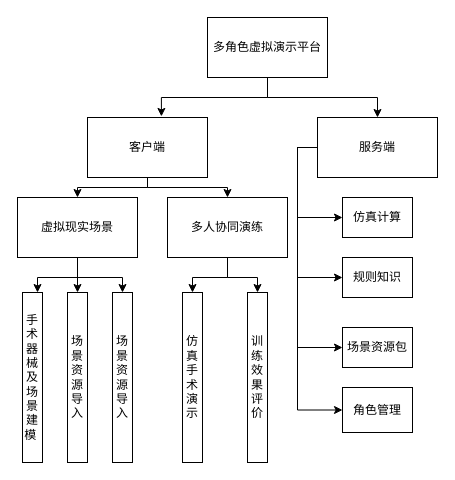
Before: 未命名绘图.drawio in UNANSWANG/Draw.io--, a draw.io diagram. Source tidied: cells renumbered, new cells numbered last; positions are measured from the earlier drawing's top-left corner, leaving out a move shared by most shapes. Both pictures are drawn from the tidied source at 100%, with x=0, y=0 at pixel (-53, 17).
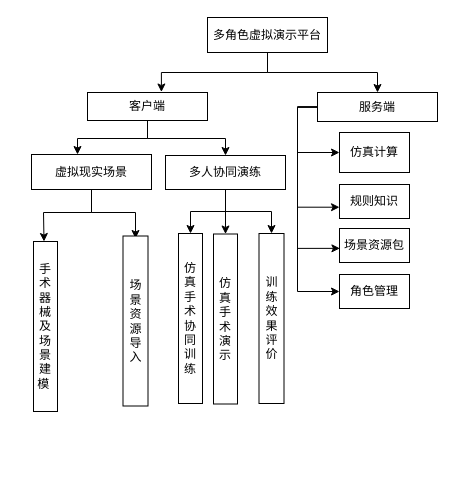
The same diagram, later.

Commit message:
VR协同流程图

Change to the diagram source:
```diff
@@
     <mxCell id="4" value="多角色虚拟演示平台" style="rounded=0;whiteSpace=wrap;html=1;" parent="1" vertex="1">
-      <mxGeometry x="260" width="120" height="60" as="geometry" />
+      <mxGeometry x="260" width="120" height="35" as="geometry" />
     </mxCell>
     <mxCell id="5" style="edgeStyle=orthogonalEdgeStyle;rounded=0;jettySize=auto;html=1;" parent="1" edge="1" source="7" target="19">
       <mxGeometry relative="1" as="geometry">
         <Array as="points">
-          <mxPoint x="200" y="170" />
-          <mxPoint x="280" y="170" />
+          <mxPoint x="200" y="121" />
+          <mxPoint x="278" y="121" />
         </Array>
       </mxGeometry>
     </mxCell>
     <mxCell id="6" style="edgeStyle=orthogonalEdgeStyle;rounded=0;jettySize=auto;html=1;" parent="1" edge="1" source="7" target="23">
       <mxGeometry relative="1" as="geometry">
         <Array as="points">
-          <mxPoint x="200" y="170" />
-          <mxPoint x="130" y="170" />
+          <mxPoint x="200" y="121" />
+          <mxPoint x="130" y="121" />
         </Array>
       </mxGeometry>
     </mxCell>
     <mxCell id="7" value="客户端" style="rounded=0;whiteSpace=wrap;html=1;" parent="1" vertex="1">
-      <mxGeometry x="140" y="100" width="120" height="60" as="geometry" />
+      <mxGeometry x="140" y="75" width="120" height="28" as="geometry" />
     </mxCell>
@@
-    <mxCell id="9" style="edgeStyle=orthogonalEdgeStyle;rounded=0;jettySize=auto;html=1;entryX=0;entryY=0.5;entryDx=0;entryDy=0;" parent="1" edge="1" source="12" target="15">
+    <mxCell id="9" style="edgeStyle=orthogonalEdgeStyle;rounded=0;jettySize=auto;html=1;entryX=0;entryY=0.668;entryDx=0;entryDy=0;entryPerimeter=0;" parent="1" edge="1" source="12" target="15">
       <mxGeometry relative="1" as="geometry">
         <Array as="points">
-          <mxPoint x="350" y="130" />
-          <mxPoint x="350" y="260" />
+          <mxPoint x="350" y="90" />
+          <mxPoint x="350" y="190" />
+          <mxPoint x="392" y="190" />
         </Array>
       </mxGeometry>
     </mxCell>
-    <mxCell id="10" style="edgeStyle=orthogonalEdgeStyle;rounded=0;jettySize=auto;html=1;entryX=0;entryY=0.5;entryDx=0;entryDy=0;" parent="1" edge="1" source="12" target="16">
+    <mxCell id="10" style="edgeStyle=orthogonalEdgeStyle;rounded=0;jettySize=auto;html=1;entryX=0.006;entryY=0.584;entryDx=0;entryDy=0;entryPerimeter=0;" parent="1" edge="1" source="12" target="16">
       <mxGeometry relative="1" as="geometry">
         <Array as="points">
-          <mxPoint x="350" y="130" />
-          <mxPoint x="350" y="330" />
+          <mxPoint x="350" y="90" />
+          <mxPoint x="350" y="231" />
         </Array>
       </mxGeometry>
     </mxCell>
     <mxCell id="11" style="edgeStyle=orthogonalEdgeStyle;rounded=0;jettySize=auto;html=1;entryX=0;entryY=0.5;entryDx=0;entryDy=0;" parent="1" edge="1" source="12" target="13">
       <mxGeometry relative="1" as="geometry">
         <Array as="points">
-          <mxPoint x="350" y="130" />
-          <mxPoint x="350" y="393" />
+          <mxPoint x="350" y="90" />
+          <mxPoint x="350" y="274" />
         </Array>
       </mxGeometry>
     </mxCell>
     <mxCell id="12" value="服务端" style="rounded=0;whiteSpace=wrap;html=1;" parent="1" vertex="1">
-      <mxGeometry x="370" y="100" width="120" height="60" as="geometry" />
+      <mxGeometry x="370" y="75" width="120" height="29" as="geometry" />
     </mxCell>
     <mxCell id="13" value="角色管理" style="rounded=0;whiteSpace=wrap;html=1;" parent="1" vertex="1">
-      <mxGeometry x="395" y="370" width="70" height="45" as="geometry" />
+      <mxGeometry x="392" y="257" width="70" height="34" as="geometry" />
     </mxCell>
     <mxCell id="14" value="仿真计算" style="rounded=0;whiteSpace=wrap;html=1;" parent="1" vertex="1">
-      <mxGeometry x="395" y="180" width="70" height="40" as="geometry" />
+      <mxGeometry x="392" y="115" width="70" height="40" as="geometry" />
     </mxCell>
     <mxCell id="15" value="规则知识" style="rounded=0;whiteSpace=wrap;html=1;" parent="1" vertex="1">
-      <mxGeometry x="395" y="240" width="70" height="40" as="geometry" />
+      <mxGeometry x="392" y="167" width="70" height="34" as="geometry" />
     </mxCell>
     <mxCell id="16" value="场景资源包" style="rounded=0;whiteSpace=wrap;html=1;" parent="1" vertex="1">
-      <mxGeometry x="395" y="310" width="70" height="40" as="geometry" />
+      <mxGeometry x="392" y="211" width="70" height="34" as="geometry" />
     </mxCell>
+    <mxCell id="29" style="edgeStyle=orthogonalEdgeStyle;rounded=0;jettySize=auto;html=1;entryX=0;entryY=0.5;entryDx=0;entryDy=0;" parent="1" edge="1" source="19" target="27">
+      <mxGeometry relative="1" as="geometry" />
+    </mxCell>
@@
-    <mxCell id="18" style="edgeStyle=orthogonalEdgeStyle;rounded=0;jettySize=auto;html=1;entryX=0;entryY=0.5;entryDx=0;entryDy=0;" parent="1" edge="1" source="19" target="28">
+    <mxCell id="18" style="edgeStyle=orthogonalEdgeStyle;rounded=0;jettySize=auto;html=1;" parent="1" edge="1" source="19" target="28">
       <mxGeometry relative="1" as="geometry" />
     </mxCell>
     <mxCell id="19" value="多人协同演练" style="rounded=0;whiteSpace=wrap;html=1;" parent="1" vertex="1">
-      <mxGeometry x="220" y="180" width="120" height="60" as="geometry" />
+      <mxGeometry x="218" y="138" width="120" height="34" as="geometry" />
     </mxCell>
-    <mxCell id="20" style="edgeStyle=orthogonalEdgeStyle;rounded=0;jettySize=auto;html=1;entryX=0;entryY=0.5;entryDx=0;entryDy=0;" parent="1" edge="1" source="23" target="25">
-      <mxGeometry relative="1" as="geometry" />
+    <mxCell id="20" style="edgeStyle=orthogonalEdgeStyle;rounded=0;jettySize=auto;html=1;" parent="1" edge="1" source="23">
+      <mxGeometry relative="1" as="geometry">
+        <mxPoint x="188" y="221" as="targetPoint" />
+        <Array as="points">
+          <mxPoint x="144" y="195" />
+          <mxPoint x="188" y="195" />
+        </Array>
+      </mxGeometry>
     </mxCell>
-    <mxCell id="21" style="edgeStyle=orthogonalEdgeStyle;rounded=0;jettySize=auto;html=1;entryX=0;entryY=0.5;entryDx=0;entryDy=0;" parent="1" edge="1" source="23" target="27">
-      <mxGeometry relative="1" as="geometry" />
-    </mxCell>
-    <mxCell id="22" style="edgeStyle=orthogonalEdgeStyle;rounded=0;jettySize=auto;html=1;entryX=0;entryY=0.25;entryDx=0;entryDy=0;" parent="1" edge="1" source="23" target="24">
-      <mxGeometry relative="1" as="geometry" />
+    <mxCell id="22" style="edgeStyle=orthogonalEdgeStyle;rounded=0;jettySize=auto;html=1;" parent="1" edge="1" source="23" target="24">
+      <mxGeometry relative="1" as="geometry">
+        <Array as="points">
+          <mxPoint x="144" y="195" />
+          <mxPoint x="96" y="195" />
+        </Array>
+      </mxGeometry>
     </mxCell>
     <mxCell id="23" value="虚拟现实场景" style="rounded=0;whiteSpace=wrap;html=1;" parent="1" vertex="1">
-      <mxGeometry x="70" y="180" width="120" height="60" as="geometry" />
+      <mxGeometry x="84" y="137" width="120" height="35" as="geometry" />
     </mxCell>
     <mxCell id="24" value="手术器械及场景建模&amp;nbsp;" style="rounded=0;whiteSpace=wrap;html=1;horizontal=0;rotation=90;" parent="1" vertex="1">
-      <mxGeometry y="350" width="170" height="20" as="geometry" />
+      <mxGeometry x="13" y="297" width="170" height="24" as="geometry" />
     </mxCell>
     <mxCell id="25" value="场景资源导入" style="rounded=0;whiteSpace=wrap;html=1;horizontal=0;rotation=90;" parent="1" vertex="1">
-      <mxGeometry x="45" y="350" width="170" height="20" as="geometry" />
+      <mxGeometry x="103" y="291" width="170" height="25" as="geometry" />
     </mxCell>
     <mxCell id="26" value="仿真手术演示" style="rounded=0;whiteSpace=wrap;html=1;horizontal=0;rotation=90;" parent="1" vertex="1">
-      <mxGeometry x="160" y="350" width="170" height="20" as="geometry" />
+      <mxGeometry x="193" y="289.5" width="170" height="24" as="geometry" />
     </mxCell>
-    <mxCell id="27" value="场景资源导入" style="rounded=0;whiteSpace=wrap;html=1;horizontal=0;rotation=90;" parent="1" vertex="1">
-      <mxGeometry x="90" y="350" width="170" height="20" as="geometry" />
+    <mxCell id="27" value="仿真手术协同训练" style="rounded=0;whiteSpace=wrap;html=1;horizontal=0;rotation=90;" parent="1" vertex="1">
+      <mxGeometry x="158" y="289" width="170" height="24" as="geometry" />
     </mxCell>
     <mxCell id="28" value="训练效果评价" style="rounded=0;whiteSpace=wrap;html=1;horizontal=0;rotation=90;" parent="1" vertex="1">
-      <mxGeometry x="225" y="350" width="170" height="20" as="geometry" />
+      <mxGeometry x="239" y="288.5" width="170" height="25" as="geometry" />
     </mxCell>
```
